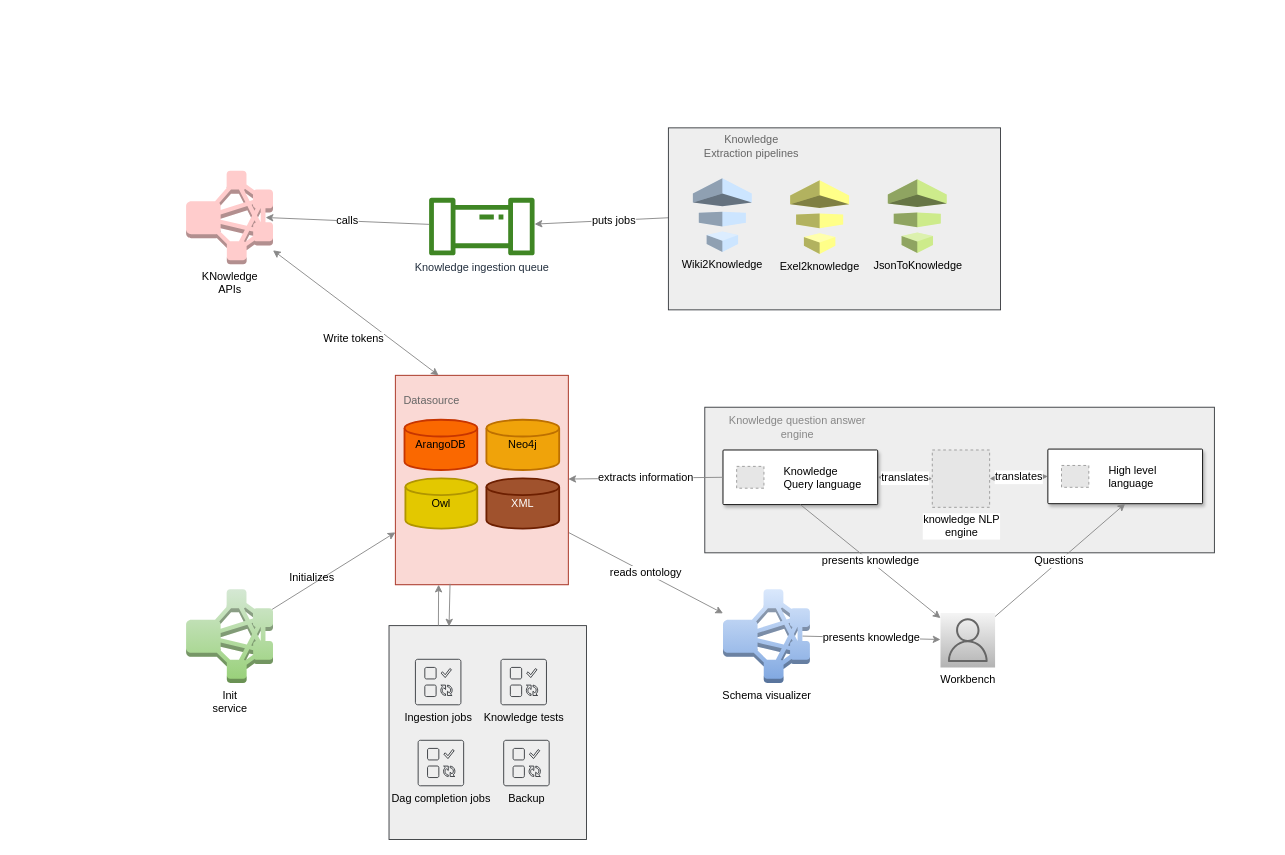
supriyopaul/diagrams keeps this draw.io diagram as page "Page-3" (3 of 4) of KnowledgeArchitecture.drawio. Above is the earlier version. Source tidied: cells renumbered, new cells numbered last; positions are measured from the earlier drawing's top-left corner, leaving out a move shared by most shapes. Both pictures are drawn from the tidied source at 91%, with x=0, y=0 at pixel (186, 127). Pictures stored in the file or linked from it are replaced by grey dashed boxes.
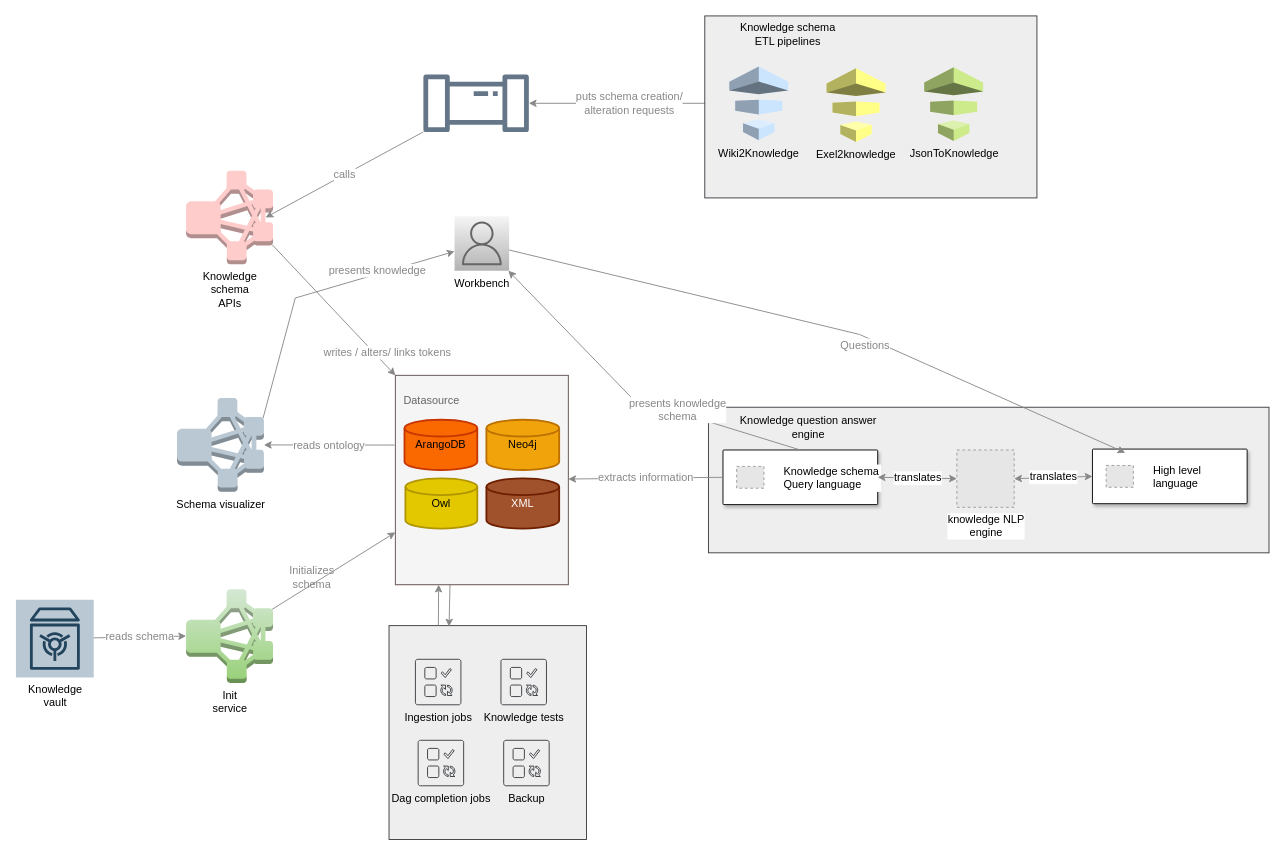
The same page after the edit.

Unchanged cells that the change refers to:
```xml
<mxCell id="3" value="&lt;span style=&quot;&quot;&gt;Init&lt;/span&gt;&lt;br style=&quot;border-color: var(--border-color);&quot;&gt;&lt;span style=&quot;&quot;&gt;service&lt;/span&gt;" style="outlineConnect=0;dashed=0;verticalLabelPosition=bottom;verticalAlign=top;align=center;html=1;shape=mxgraph.aws3.emr_cluster;fontSize=12;fillColor=#d5e8d4;strokeColor=#82b366;gradientColor=#97d077;" parent="1" vertex="1">
  <mxGeometry y="507" width="95.5" height="103" as="geometry" />
</mxCell>
<mxCell id="20" style="shadow=1;strokeWidth=1;rounded=1;absoluteArcSize=1;arcSize=2;fontSize=12;" parent="1" vertex="1">
  <mxGeometry x="590" y="354" width="170" height="60" as="geometry" />
</mxCell>
<mxCell id="47" value="Wiki2Knowledge" style="outlineConnect=0;dashed=0;verticalLabelPosition=bottom;verticalAlign=top;align=center;html=1;shape=mxgraph.aws3.data_pipeline;fillColor=#cce5ff;labelBackgroundColor=none;strokeColor=#36393d;fontSize=12;" parent="44" vertex="1">
  <mxGeometry x="26.9" y="55.5" width="64.8" height="81" as="geometry" />
</mxCell>
```

The edit, as a diff of the source:
```diff
@@
     <mxCell id="2" style="rounded=0;whiteSpace=wrap;html=1;strokeColor=#36393d;fontSize=12;fillColor=#eeeeee;" parent="1" vertex="1">
-      <mxGeometry x="570" y="307" width="560" height="160" as="geometry" />
+      <mxGeometry x="574" y="307" width="616" height="160" as="geometry" />
     </mxCell>
@@
-    <mxCell id="5" value="Initializes" style="text;html=1;align=center;verticalAlign=middle;strokeColor=none;fillColor=none;fontSize=12;fontColor=#000000;" parent="1" vertex="1">
-      <mxGeometry x="103" y="479" width="70" height="30" as="geometry" />
+    <mxCell id="5" value="&lt;font color=&quot;#878787&quot;&gt;Initializes&lt;br&gt;schema&lt;/font&gt;" style="text;html=1;align=center;verticalAlign=middle;strokeColor=none;fillColor=none;fontSize=12;fontColor=#000000;" parent="1" vertex="1">
+      <mxGeometry x="103" y="474" width="70" height="40" as="geometry" />
     </mxCell>
-    <mxCell id="6" value="Schema visualizer" style="outlineConnect=0;dashed=0;verticalLabelPosition=bottom;verticalAlign=top;align=center;html=1;shape=mxgraph.aws3.emr_cluster;fontSize=12;fillColor=#dae8fc;strokeColor=#6c8ebf;gradientColor=#7ea6e0;" parent="1" vertex="1">
-      <mxGeometry x="590" y="507" width="95.5" height="103" as="geometry" />
+    <mxCell id="6" value="Schema visualizer" style="outlineConnect=0;dashed=0;verticalLabelPosition=bottom;verticalAlign=top;align=center;html=1;shape=mxgraph.aws3.emr_cluster;fontSize=12;fillColor=#bac8d3;strokeColor=#23445d;" parent="1" vertex="1">
+      <mxGeometry x="-10" y="296.9" width="95.5" height="103" as="geometry" />
     </mxCell>
-    <mxCell id="7" value="reads ontology" style="endArrow=classic;html=1;rounded=0;fontSize=12;fontColor=#000000;exitX=1;exitY=0.75;exitDx=0;exitDy=0;strokeColor=#878787;" parent="1" edge="1" source="12" target="6">
+    <mxCell id="7" value="&lt;font color=&quot;#878787&quot;&gt;reads ontology&lt;/font&gt;" style="endArrow=classic;html=1;rounded=0;fontSize=12;fontColor=#000000;exitX=-0.005;exitY=0.333;exitDx=0;exitDy=0;strokeColor=#878787;exitPerimeter=0;" parent="1" edge="1" source="12" target="6">
       <mxGeometry relative="1" as="geometry" />
     </mxCell>
     <mxCell id="8" value="Workbench" style="sketch=0;outlineConnect=0;gradientColor=#b3b3b3;strokeColor=#666666;fillColor=#f5f5f5;dashed=0;verticalLabelPosition=bottom;verticalAlign=top;align=center;html=1;fontSize=12;fontStyle=0;shape=mxgraph.aws4.resourceIcon;resIcon=mxgraph.aws4.user;" parent="1" vertex="1">
-      <mxGeometry x="829" y="533" width="60" height="60" as="geometry" />
+      <mxGeometry x="295" y="97" width="60" height="60" as="geometry" />
     </mxCell>
-    <mxCell id="9" value="presents knowledge" style="endArrow=classic;html=1;rounded=0;fontSize=12;fontColor=#000000;exitX=0.915;exitY=0.5;exitDx=0;exitDy=0;exitPerimeter=0;strokeColor=#878787;" parent="1" edge="1" source="6" target="8">
-      <mxGeometry relative="1" as="geometry" />
+    <mxCell id="9" value="&lt;font color=&quot;#878787&quot;&gt;presents knowledge&lt;/font&gt;" style="endArrow=classic;html=1;rounded=0;fontSize=12;fontColor=#000000;exitX=0.99;exitY=0.215;exitDx=0;exitDy=0;exitPerimeter=0;strokeColor=#878787;" parent="1" edge="1" source="6" target="8">
+      <mxGeometry x="0.45" y="4" relative="1" as="geometry">
+        <Array as="points">
+          <mxPoint x="120" y="187" />
+        </Array>
+        <mxPoint x="1" as="offset" />
+      </mxGeometry>
     </mxCell>
-    <mxCell id="10" style="group;" parent="1" vertex="1">
-      <mxGeometry x="230" y="272" width="190" height="230" as="geometry" />
-    </mxCell>
-    <mxCell id="11" style="group;fillColor=#fad9d5;strokeColor=#ae4132;" parent="10" vertex="1">
-      <mxGeometry width="190" height="230" as="geometry" />
-    </mxCell>
-    <mxCell id="12" style="rounded=0;whiteSpace=wrap;html=1;fontSize=12;fillColor=#fad9d5;strokeColor=#ae4132;" parent="10" vertex="1">
-      <mxGeometry width="190" height="230" as="geometry" />
-    </mxCell>
-    <mxCell id="13" value="ArangoDB" style="strokeWidth=2;html=1;shape=mxgraph.flowchart.database;whiteSpace=wrap;fontSize=12;fillColor=#fa6800;fontColor=#000000;strokeColor=#C73500;" parent="10" vertex="1">
-      <mxGeometry x="10" y="48.8" width="80" height="55.2" as="geometry" />
-    </mxCell>
-    <mxCell id="14" value="Owl" style="strokeWidth=2;html=1;shape=mxgraph.flowchart.database;whiteSpace=wrap;fontSize=12;fillColor=#e3c800;fontColor=#000000;strokeColor=#B09500;" parent="10" vertex="1">
-      <mxGeometry x="11" y="113.2" width="79" height="55.2" as="geometry" />
-    </mxCell>
-    <mxCell id="15" value="XML" style="strokeWidth=2;html=1;shape=mxgraph.flowchart.database;whiteSpace=wrap;fontSize=12;fillColor=#a0522d;fontColor=#ffffff;strokeColor=#6D1F00;" parent="10" vertex="1">
-      <mxGeometry x="100" y="113.2" width="80" height="55.2" as="geometry" />
-    </mxCell>
-    <mxCell id="16" value="Neo4j" style="strokeWidth=2;html=1;shape=mxgraph.flowchart.database;whiteSpace=wrap;fontSize=12;fillColor=#f0a30a;fontColor=#000000;strokeColor=#BD7000;" parent="10" vertex="1">
-      <mxGeometry x="100" y="48.8" width="80" height="55.2" as="geometry" />
-    </mxCell>
-    <mxCell id="17" value="&lt;font color=&quot;#666666&quot;&gt;Datasource&lt;/font&gt;" style="text;html=1;strokeColor=none;fillColor=none;align=center;verticalAlign=middle;whiteSpace=wrap;rounded=0;fontSize=12;fontColor=#000000;" parent="10" vertex="1">
-      <mxGeometry x="10" y="13.8" width="60" height="27.6" as="geometry" />
-    </mxCell>
-    <mxCell id="18" style="endArrow=classic;startArrow=classic;html=1;rounded=0;fontSize=12;fontColor=#000000;strokeColor=#878787;entryX=0.25;entryY=0;entryDx=0;entryDy=0;" parent="1" edge="1" source="34" target="12">
-      <mxGeometry relative="1" as="geometry" />
-    </mxCell>
-    <mxCell id="19" value="Write tokens" style="edgeLabel;html=1;align=center;verticalAlign=middle;fontSize=12;fontColor=#000000;" parent="18" vertex="1">
-      <mxGeometry x="-0.01" y="-3" relative="1" as="geometry">
-        <mxPoint y="26" as="offset" />
-      </mxGeometry>
-    </mxCell>
@@
-    <mxCell id="21" value="Knowledge&#10;Query language" style="fillColor=#E6E6E6;strokeColor=#999999;dashed=1;fontColor=#000000;verticalLabelPosition=middle;labelBackgroundColor=#ffffff;verticalAlign=middle;labelPosition=right;align=left;spacingLeft=20;fontSize=12;" parent="20" vertex="1">
+    <mxCell id="21" value="Knowledge schema&#10;Query language" style="fillColor=#E6E6E6;strokeColor=#999999;dashed=1;fontColor=#000000;verticalLabelPosition=middle;labelBackgroundColor=#ffffff;verticalAlign=middle;labelPosition=right;align=left;spacingLeft=20;fontSize=12;" parent="20" vertex="1">
       <mxGeometry width="30" height="24" relative="1" as="geometry">
         <mxPoint x="15" y="18" as="offset" />
       </mxGeometry>
     </mxCell>
     <mxCell id="22" style="shadow=1;strokeWidth=1;rounded=1;absoluteArcSize=1;arcSize=2;fontSize=12;" parent="1" vertex="1">
-      <mxGeometry x="947" y="353" width="170" height="60" as="geometry" />
+      <mxGeometry x="996" y="353" width="170" height="60" as="geometry" />
     </mxCell>
@@
-    <mxCell id="24" value="extracts information" style="endArrow=classic;html=1;rounded=0;fontSize=12;fontColor=#000000;exitX=0;exitY=0.5;exitDx=0;exitDy=0;strokeColor=#878787;" parent="1" edge="1" source="20" target="12">
+    <mxCell id="24" value="&lt;font color=&quot;#878787&quot;&gt;extracts information&lt;/font&gt;" style="endArrow=classic;html=1;rounded=0;fontSize=12;fontColor=#000000;exitX=0;exitY=0.5;exitDx=0;exitDy=0;strokeColor=#878787;" parent="1" edge="1" source="20" target="12">
       <mxGeometry relative="1" as="geometry" />
     </mxCell>
-    <mxCell id="25" value="presents knowledge" style="endArrow=classic;html=1;rounded=0;fontSize=12;fontColor=#000000;exitX=0.5;exitY=1;exitDx=0;exitDy=0;strokeColor=#878787;" parent="1" edge="1" source="20" target="8">
-      <mxGeometry relative="1" as="geometry" />
+    <mxCell id="25" value="&lt;font color=&quot;#878787&quot;&gt;presents knowledge&lt;br&gt;schema&lt;/font&gt;" style="endArrow=classic;html=1;rounded=0;fontSize=12;fontColor=#000000;exitX=0.5;exitY=0;exitDx=0;exitDy=0;strokeColor=#878787;" parent="1" edge="1" source="20" target="8">
+      <mxGeometry x="-0.27" y="-2" relative="1" as="geometry">
+        <Array as="points">
+          <mxPoint x="490" y="297" />
+        </Array>
+      </mxGeometry>
     </mxCell>
     <mxCell id="26" value="&lt;font color=&quot;#000000&quot;&gt;knowledge NLP&lt;br&gt;engine&lt;br&gt;&lt;/font&gt;" style="fillColor=#E6E6E6;strokeColor=#999999;dashed=1;html=1;verticalAlign=top;verticalLabelPosition=bottom;labelBackgroundColor=#ffffff;fontSize=12;fontColor=#878787;" parent="1" vertex="1">
-      <mxGeometry x="820" y="354" width="63" height="63" as="geometry" />
+      <mxGeometry x="847" y="354" width="63" height="63" as="geometry" />
     </mxCell>
@@
-    <mxCell id="29" style="endArrow=classic;html=1;rounded=0;strokeColor=#878787;fontSize=12;fontColor=#000000;entryX=0.5;entryY=1;entryDx=0;entryDy=0;" parent="1" edge="1" source="8" target="22">
-      <mxGeometry relative="1" as="geometry" />
+    <mxCell id="29" style="endArrow=classic;html=1;rounded=0;strokeColor=#878787;fontSize=12;fontColor=#000000;" parent="1" edge="1" source="8">
+      <mxGeometry relative="1" as="geometry">
+        <mxPoint x="1032" y="357" as="targetPoint" />
+        <Array as="points">
+          <mxPoint x="740" y="227" />
+        </Array>
+      </mxGeometry>
     </mxCell>
-    <mxCell id="30" value="Questions" style="edgeLabel;html=1;align=center;verticalAlign=middle;fontSize=12;fontColor=#000000;" parent="29" vertex="1">
-      <mxGeometry x="-0.02" y="1" relative="1" as="geometry" />
+    <mxCell id="30" value="&lt;font color=&quot;#878787&quot;&gt;Questions&lt;/font&gt;" style="edgeLabel;html=1;align=center;verticalAlign=middle;fontSize=12;fontColor=#000000;" parent="29" vertex="1">
+      <mxGeometry x="-0.02" y="1" relative="1" as="geometry">
+        <mxPoint x="49" y="23" as="offset" />
+      </mxGeometry>
     </mxCell>
-    <mxCell id="31" value="&lt;font color=&quot;#878787&quot;&gt;Knowledge question answer engine&lt;/font&gt;" style="text;html=1;strokeColor=none;fillColor=none;align=center;verticalAlign=middle;whiteSpace=wrap;rounded=0;fontSize=12;fontColor=#000000;" parent="1" vertex="1">
-      <mxGeometry x="592" y="314" width="160" height="30" as="geometry" />
+    <mxCell id="31" value="Knowledge question answer engine" style="text;html=1;strokeColor=none;fillColor=none;align=center;verticalAlign=middle;whiteSpace=wrap;rounded=0;fontSize=12;fontColor=#000000;" parent="1" vertex="1">
+      <mxGeometry x="604" y="314" width="160" height="30" as="geometry" />
     </mxCell>
-    <mxCell id="32" value="Knowledge ingestion queue" style="sketch=0;outlineConnect=0;fontColor=#232F3E;gradientColor=none;fillColor=#3F8624;strokeColor=none;dashed=0;verticalLabelPosition=bottom;verticalAlign=top;align=center;html=1;fontSize=12;fontStyle=0;shape=mxgraph.aws4.iot_analytics_pipeline;labelBackgroundColor=none;" parent="1" vertex="1">
-      <mxGeometry x="266.3" y="76.9" width="117.4" height="63.2" as="geometry" />
+    <mxCell id="32" value="Knowledge schema ingestion queue" style="sketch=0;outlineConnect=0;fillColor=#647687;strokeColor=#314354;dashed=0;verticalLabelPosition=bottom;verticalAlign=top;align=center;html=1;fontSize=12;fontStyle=0;shape=mxgraph.aws4.iot_analytics_pipeline;labelBackgroundColor=none;fontColor=#ffffff;" parent="1" vertex="1">
+      <mxGeometry x="260" y="-58.6" width="117.4" height="63.2" as="geometry" />
     </mxCell>
-    <mxCell id="33" value="puts jobs" style="endArrow=classic;html=1;rounded=0;fontSize=12;fontColor=#000000;strokeColor=#878787;" parent="1" edge="1" source="47" target="32">
+    <mxCell id="33" value="&lt;font color=&quot;#878787&quot;&gt;puts schema creation/&lt;br&gt;alteration requests&lt;/font&gt;" style="endArrow=classic;html=1;rounded=0;fontSize=12;fontColor=#000000;strokeColor=#878787;" parent="1" edge="1" source="47" target="32">
       <mxGeometry relative="1" as="geometry" />
     </mxCell>
-    <mxCell id="34" value="KNowledge&lt;br&gt;APIs" style="outlineConnect=0;dashed=0;verticalLabelPosition=bottom;verticalAlign=top;align=center;html=1;shape=mxgraph.aws3.emr_cluster;fontSize=12;fillColor=#ffcccc;strokeColor=#36393d;" parent="1" vertex="1">
+    <mxCell id="34" value="Knowledge&lt;br&gt;schema&lt;br&gt;APIs" style="outlineConnect=0;dashed=0;verticalLabelPosition=bottom;verticalAlign=top;align=center;html=1;shape=mxgraph.aws3.emr_cluster;fontSize=12;fillColor=#ffcccc;strokeColor=#36393d;" parent="1" vertex="1">
       <mxGeometry y="47" width="95.5" height="103" as="geometry" />
     </mxCell>
-    <mxCell id="35" value="calls" style="endArrow=classic;html=1;rounded=0;fontSize=12;fontColor=#000000;strokeColor=#878787;entryX=0.915;entryY=0.5;entryDx=0;entryDy=0;entryPerimeter=0;" parent="1" edge="1" source="32" target="34">
+    <mxCell id="35" value="&lt;font color=&quot;#878787&quot;&gt;calls&lt;/font&gt;" style="endArrow=classic;html=1;rounded=0;fontSize=12;fontColor=#000000;strokeColor=#878787;entryX=0.915;entryY=0.5;entryDx=0;entryDy=0;entryPerimeter=0;" parent="1" edge="1" source="32" target="34">
       <mxGeometry relative="1" as="geometry" />
     </mxCell>
@@
     <mxCell id="44" style="group;" parent="1" vertex="1">
-      <mxGeometry x="530" width="365" height="200" as="geometry" />
+      <mxGeometry x="570" y="-123" width="365" height="200" as="geometry" />
     </mxCell>
@@
-    <mxCell id="46" value="&lt;font color=&quot;#666666&quot;&gt;Knowledge&lt;br&gt;Extraction pipelines&lt;br&gt;&lt;/font&gt;" style="text;html=1;strokeColor=none;fillColor=none;align=center;verticalAlign=middle;whiteSpace=wrap;rounded=0;fontSize=12;fontColor=#000000;" parent="44" vertex="1">
+    <mxCell id="46" value="Knowledge schema&lt;br&gt;ETL pipelines" style="text;html=1;strokeColor=none;fillColor=none;align=center;verticalAlign=middle;whiteSpace=wrap;rounded=0;fontSize=12;fontColor=#000000;" parent="44" vertex="1">
       <mxGeometry y="3.3" width="182.5" height="33.6" as="geometry" />
     </mxCell>
@@
+    <mxCell id="11" style="group;fillColor=#fad9d5;strokeColor=#ae4132;" parent="1" vertex="1">
+      <mxGeometry x="230" y="272" width="190" height="230" as="geometry" />
+    </mxCell>
+    <mxCell id="12" style="rounded=0;whiteSpace=wrap;html=1;fontSize=12;fillColor=#f5f5f5;fontColor=#333333;strokeColor=#666666;" parent="1" vertex="1">
+      <mxGeometry x="230" y="272" width="190" height="230" as="geometry" />
+    </mxCell>
+    <mxCell id="13" value="ArangoDB" style="strokeWidth=2;html=1;shape=mxgraph.flowchart.database;whiteSpace=wrap;fontSize=12;fillColor=#fa6800;fontColor=#000000;strokeColor=#C73500;" parent="1" vertex="1">
+      <mxGeometry x="240" y="320.8" width="80" height="55.2" as="geometry" />
+    </mxCell>
+    <mxCell id="14" value="Owl" style="strokeWidth=2;html=1;shape=mxgraph.flowchart.database;whiteSpace=wrap;fontSize=12;fillColor=#e3c800;fontColor=#000000;strokeColor=#B09500;" parent="1" vertex="1">
+      <mxGeometry x="241" y="385.2" width="79" height="55.2" as="geometry" />
+    </mxCell>
+    <mxCell id="15" value="XML" style="strokeWidth=2;html=1;shape=mxgraph.flowchart.database;whiteSpace=wrap;fontSize=12;fillColor=#a0522d;fontColor=#ffffff;strokeColor=#6D1F00;" parent="1" vertex="1">
+      <mxGeometry x="330" y="385.2" width="80" height="55.2" as="geometry" />
+    </mxCell>
+    <mxCell id="16" value="Neo4j" style="strokeWidth=2;html=1;shape=mxgraph.flowchart.database;whiteSpace=wrap;fontSize=12;fillColor=#f0a30a;fontColor=#000000;strokeColor=#BD7000;" parent="1" vertex="1">
+      <mxGeometry x="330" y="320.8" width="80" height="55.2" as="geometry" />
+    </mxCell>
+    <mxCell id="17" value="&lt;font color=&quot;#666666&quot;&gt;Datasource&lt;/font&gt;" style="text;html=1;strokeColor=none;fillColor=none;align=center;verticalAlign=middle;whiteSpace=wrap;rounded=0;fontSize=12;fontColor=#000000;" parent="1" vertex="1">
+      <mxGeometry x="240" y="285.8" width="60" height="27.6" as="geometry" />
+    </mxCell>
+    <mxCell id="18" value="&lt;font color=&quot;#878787&quot;&gt;writes / alters/ links tokens&lt;/font&gt;" style="endArrow=classic;html=1;rounded=0;fontSize=12;fontColor=#000000;strokeColor=#878787;entryX=0;entryY=0;entryDx=0;entryDy=0;exitX=0.99;exitY=0.79;exitDx=0;exitDy=0;exitPerimeter=0;" parent="1" edge="1" source="34" target="12">
+      <mxGeometry x="0.75" y="10" relative="1" as="geometry" />
+    </mxCell>
+    <mxCell id="50" value="Knowledge&lt;br&gt;vault" style="sketch=0;outlineConnect=0;strokeColor=#23445d;fillColor=#bac8d3;dashed=0;verticalLabelPosition=bottom;verticalAlign=top;align=center;html=1;fontSize=12;fontStyle=0;shape=mxgraph.aws4.resourceIcon;resIcon=mxgraph.aws4.vault;" parent="1" vertex="1">
+      <mxGeometry x="-187" y="518.5" width="85.5" height="85.5" as="geometry" />
+    </mxCell>
+    <mxCell id="51" value="&lt;font color=&quot;#878787&quot;&gt;reads schema&lt;/font&gt;" style="endArrow=classic;html=1;rounded=0;fontSize=12;fontColor=#000000;strokeColor=#878787;entryX=0;entryY=0.5;entryDx=0;entryDy=0;entryPerimeter=0;" parent="1" edge="1" source="50" target="3">
+      <mxGeometry relative="1" as="geometry" />
+    </mxCell>
```
